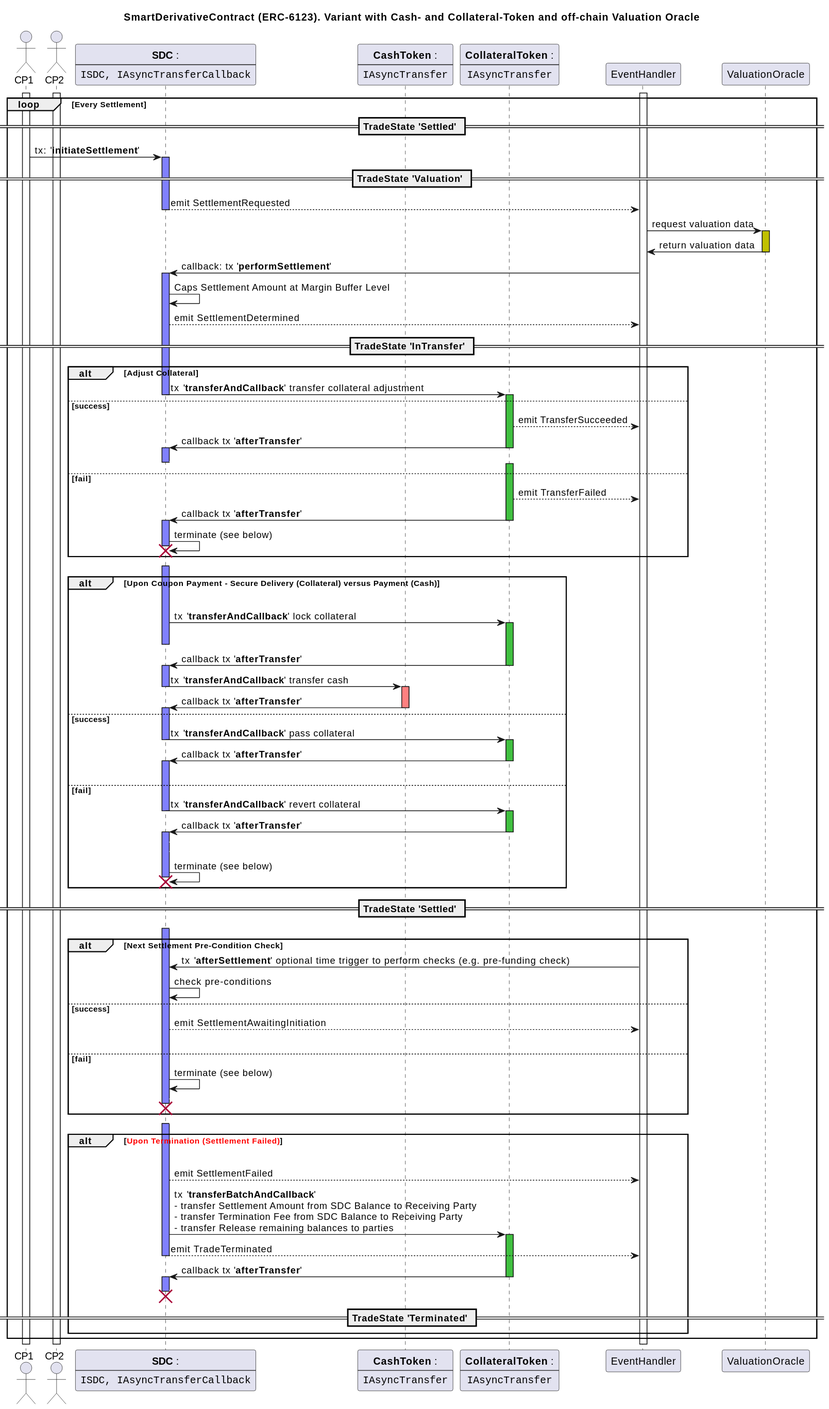
The PlantUML diagram assets/erc-6123/doc/sequence-sdc-collateral-settlement.svg in ethereum/ERCs, before a commit. Its diagram source:
```plantuml
@startuml
title SmartDerivativeContract (ERC-6123). Variant with Cash- and Collateral-Token and off-chain Valuation Oracle

actor CP1
actor CP2

participant SDC [
    **SDC** :
    ----
    ""ISDC, IAsyncTransferCallback""
]

participant CashToken [
    **CashToken** :
    ----
    ""IAsyncTransfer""
]

participant CollateralToken [
    **CollateralToken** :
    ----
    ""IAsyncTransfer""
]

participant EventHandler
participant ValuationOracle

activate EventHandler

activate CP1
activate CP2

loop Every Settlement

== TradeState '**Settled**' ==

    CP1->SDC: tx: '**initiateSettlement**'
    activate SDC #8080FF

== TradeState '**Valuation**' ==

    SDC-->EventHandler:emit SettlementRequested
    deactivate SDC

    EventHandler->ValuationOracle: request valuation data
    activate ValuationOracle #C0C000
    ValuationOracle->EventHandler: return valuation data
    deactivate ValuationOracle

    EventHandler->SDC: callback: tx '**performSettlement**'
    activate SDC #8080FF

    SDC->SDC:Caps Settlement Amount at Margin Buffer Level

    SDC-->EventHandler: emit SettlementDetermined

== TradeState '**InTransfer**' ==

    alt Adjust Collateral

        SDC->CollateralToken: tx '**transferAndCallback**' transfer collateral adjustment

    else success

        deactivate SDC
        activate CollateralToken #40C040
        CollateralToken-->EventHandler: emit TransferSucceeded
    	CollateralToken->SDC: callback tx '**afterTransfer**'
        deactivate CollateralToken
        activate SDC #8080FF
        SDC-[#FFF]->SDC
    else fail
        deactivate SDC
        activate CollateralToken #40C040
        CollateralToken-->EventHandler: emit TransferFailed
    	CollateralToken->SDC: callback tx '**afterTransfer**'
        deactivate CollateralToken
        activate SDC #8080FF

        SDC->SDC: terminate (see below)
        destroy SDC
    end


    EventHandler-[#FFF]->SDC
    alt Upon Coupon Payment - **Secure Delivery (Collateral) versus Payment (Cash)**

        activate SDC #8080FF
        |||
        SDC->CollateralToken: tx '**transferAndCallback**' lock collateral

        activate CollateralToken #40C040
        deactivate SDC

        CollateralToken->SDC: callback tx '**afterTransfer**'

        deactivate CollateralToken
        activate SDC #8080FF

        SDC->CashToken: tx '**transferAndCallback**' transfer cash

        deactivate SDC
        activate CashToken #FF8080

        CashToken->SDC: callback tx '**afterTransfer**'

    else success

        deactivate CashToken
        activate SDC #8080FF

        SDC->CollateralToken: tx '**transferAndCallback**' pass collateral

        deactivate SDC
        activate CollateralToken #40C040

        CollateralToken->SDC: callback tx '**afterTransfer**'
        deactivate CollateralToken
        activate SDC #8080FF
        |||

    else fail

        SDC->CollateralToken: tx '**transferAndCallback**' revert collateral
        deactivate SDC
        activate CollateralToken #40C040

        CollateralToken->SDC: callback tx '**afterTransfer**'
        deactivate CollateralToken

        activate SDC #8080FF
        SDC-[#FFF]->SDC
        SDC->SDC: terminate (see below)
        destroy SDC

    end


== TradeState '**Settled**' ==

    EventHandler-[#FFF]->SDC
    activate SDC #8080FF

    alt Next Settlement Pre-Condition Check
        EventHandler->SDC: tx '**afterSettlement**' optional time trigger to perform checks (e.g. pre-funding check)

        SDC-> SDC: check pre-conditions
    else success

        SDC-->EventHandler: emit SettlementAwaitingInitiation
        |||

    else fail

        SDC->SDC: terminate (see below)
        SDC-[#FFF]->SDC
        destroy SDC

    end


    SDC-[#FFF]->EventHandler

    alt <color:red>Upon Termination (Settlement Failed)</color>

        activate SDC #8080FF

        |||
        SDC-->EventHandler: emit SettlementFailed

        SDC->CollateralToken: tx '**transferBatchAndCallback**'\n- transfer Settlement Amount from SDC Balance to Receiving Party\n- transfer Termination Fee from SDC Balance to Receiving Party\n- transfer Release remaining balances to parties
        activate CollateralToken #40C040
        SDC-->EventHandler: emit TradeTerminated

        deactivate SDC
        CollateralToken->SDC: callback tx '**afterTransfer**'
        deactivate CollateralToken
        activate SDC #8080FF

        SDC-[#FFF]->SDC

        destroy SDC
        deactivate SDC

== TradeState '**Terminated**' ==

    end


end
@enduml
```
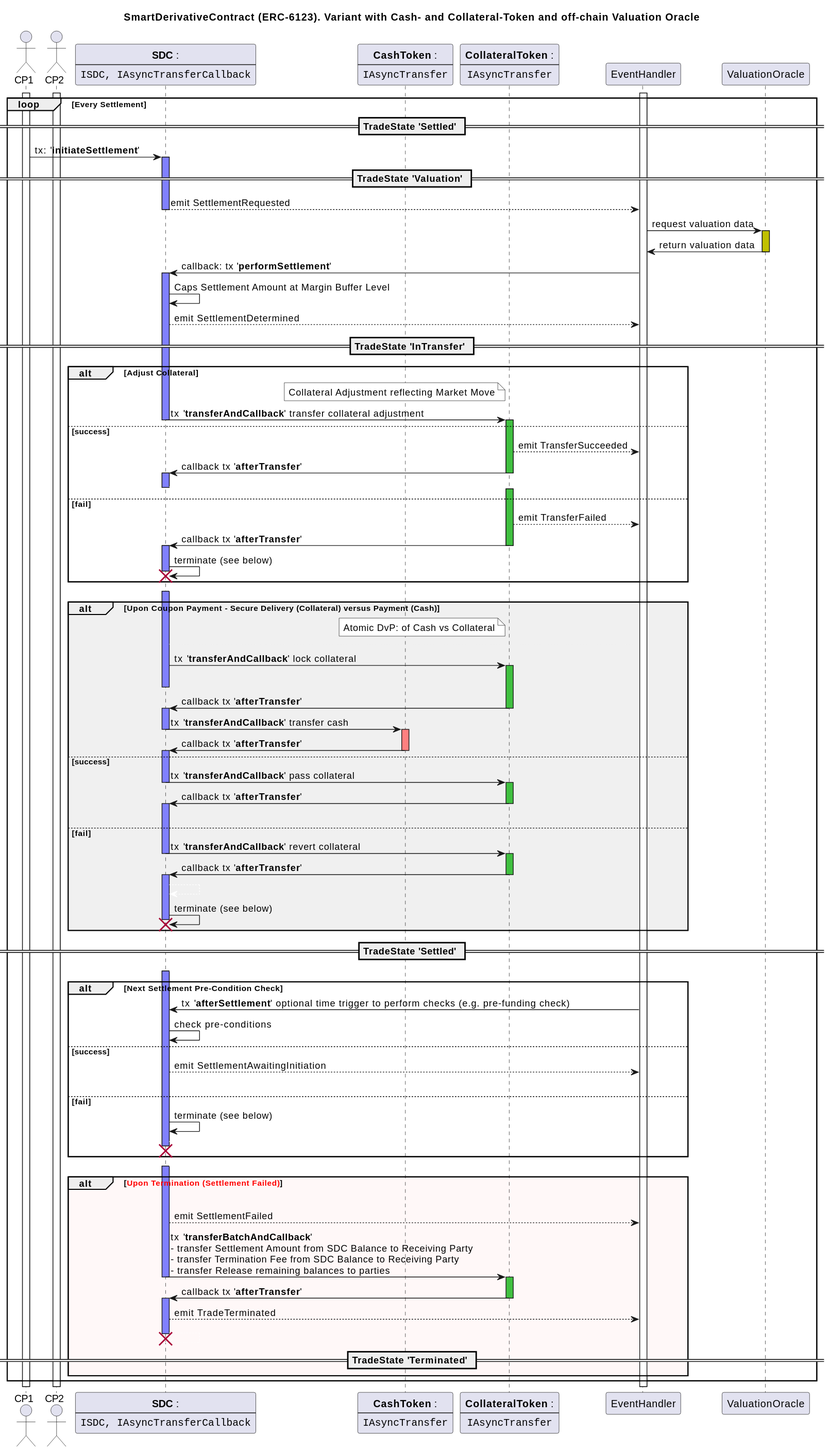
Later version of the same file.

Commit message:
Added a note, minor corrections

The edit, as a diff of the source:
```diff
@@ -58,6 +58,10 @@
 
     alt Adjust Collateral
 
+        note left of CollateralToken #white
+          Collateral Adjustment reflecting Market Move
+        end note
+
         SDC->CollateralToken: tx '**transferAndCallback**' transfer collateral adjustment
 
     else success
@@ -82,11 +86,15 @@
     end
 
 
-    EventHandler-[#FFF]->SDC
-    alt Upon Coupon Payment - **Secure Delivery (Collateral) versus Payment (Cash)**
+    EventHandler<-[#FFF]->SDC
+    alt #F0F0F0 Upon Coupon Payment - **Secure Delivery (Collateral) versus Payment (Cash)**
+
+        note left of CollateralToken #white
+          Atomic DvP: of Cash vs Collateral
+        end note
 
         activate SDC #8080FF
-        |||
+        EventHandler<-[#F0F0F0]->SDC:
         SDC->CollateralToken: tx '**transferAndCallback**' lock collateral
 
         activate CollateralToken #40C040
@@ -135,7 +143,6 @@
 
     end
 
-
 == TradeState '**Settled**' ==
 
     EventHandler-[#FFF]->SDC
@@ -158,10 +165,9 @@
 
     end
 
-
     SDC-[#FFF]->EventHandler
 
-    alt <color:red>Upon Termination (Settlement Failed)</color>
+    alt #FFF8F8 <color:red>Upon Termination (Settlement Failed)</color>
 
         activate SDC #8080FF
 
@@ -169,15 +175,15 @@
         SDC-->EventHandler: emit SettlementFailed
 
         SDC->CollateralToken: tx '**transferBatchAndCallback**'\n- transfer Settlement Amount from SDC Balance to Receiving Party\n- transfer Termination Fee from SDC Balance to Receiving Party\n- transfer Release remaining balances to parties
+        deactivate SDC
         activate CollateralToken #40C040
+        CollateralToken->SDC: callback tx '**afterTransfer**'
+        deactivate CollateralToken
+
+        activate SDC #8080FF
         SDC-->EventHandler: emit TradeTerminated
 
-        deactivate SDC
-        CollateralToken->SDC: callback tx '**afterTransfer**'
-        deactivate CollateralToken
-        activate SDC #8080FF
-
-        SDC-[#FFF]->SDC
+        SDC-[#FFFCFC]->SDC
 
         destroy SDC
         deactivate SDC
```
